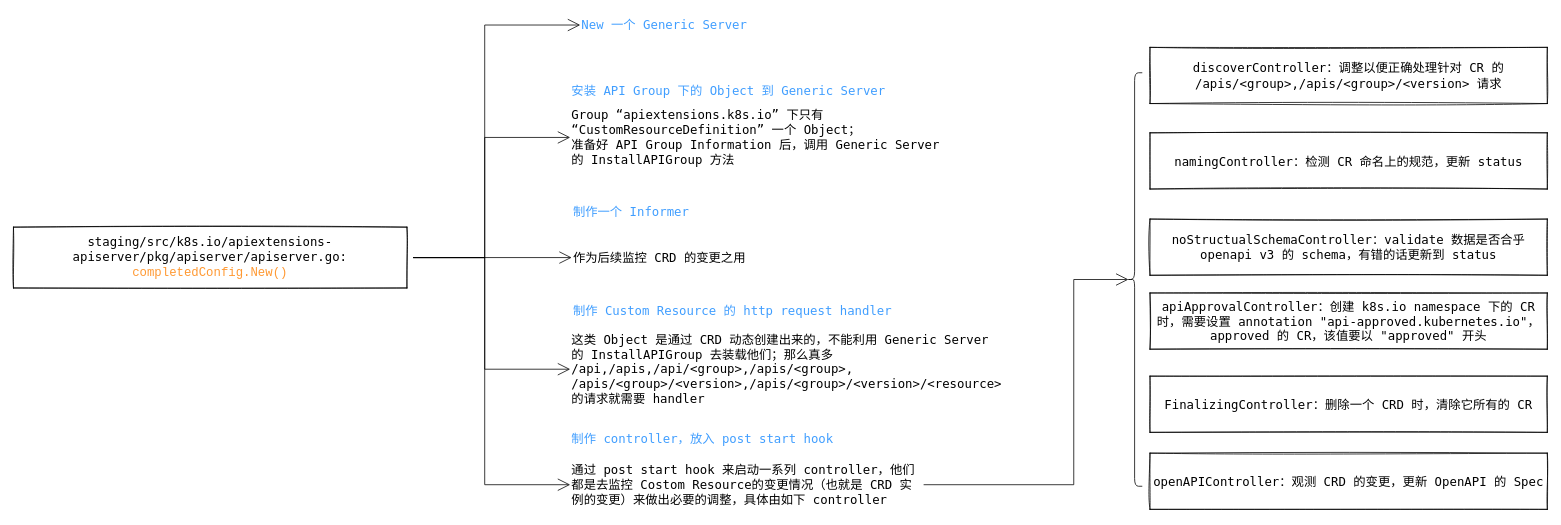
This is k8scl/api-server/extension-server-instance.drawio from K8SCL/assets-repo, a draw.io file, before an edit. Source tidied: cells renumbered, new cells numbered last; positions are measured from the earlier drawing's top-left corner, leaving out a move shared by most shapes. Both pictures are drawn from the tidied source at 77%, with x=0, y=0 at pixel (13, 15).
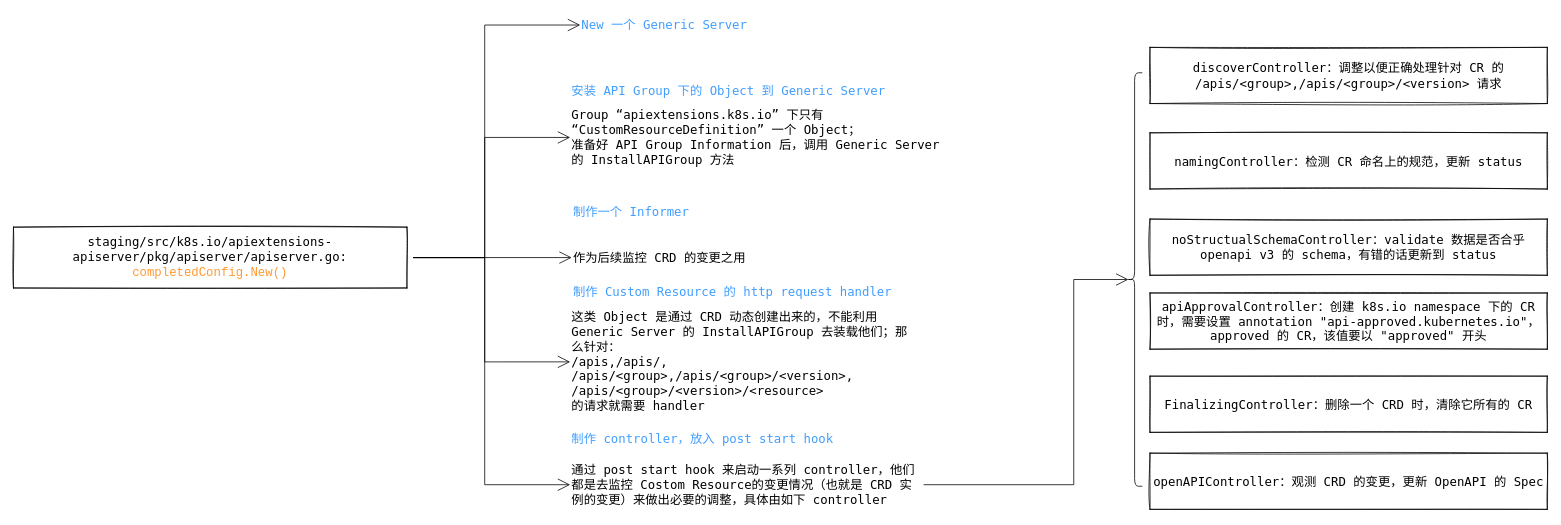
After the change.

Diff of the diagram source:
```diff
@@
     <mxCell id="18" style="group;" parent="1" vertex="1">
-      <mxGeometry x="723" y="371" width="454" height="139" as="geometry" />
+      <mxGeometry x="723" y="345" width="454" height="165" as="geometry" />
     </mxCell>
-    <mxCell id="19" value="这类 Object 是通过 CRD 动态创建出来的，不能利用 Generic Server 的 InstallAPIGroup 去装载他们；那么真多 /api,/apis,/api/&amp;lt;group&amp;gt;,/apis/&amp;lt;group&amp;gt;,&lt;br&gt;/apis/&amp;lt;group&amp;gt;/&amp;lt;version&amp;gt;,/apis/&amp;lt;group&amp;gt;/&amp;lt;version&amp;gt;/&amp;lt;resource&amp;gt; 的请求就需要 handler" style="text;strokeColor=none;fillColor=none;html=1;align=left;verticalAlign=middle;whiteSpace=wrap;rounded=0;sketch=1;hachureGap=4;fontFamily=Lucida Console;fontSize=16;fontColor=#000000;" parent="18" vertex="1">
-      <mxGeometry y="37" width="451" height="102" as="geometry" />
+    <mxCell id="19" value="这类 Object 是通过 CRD 动态创建出来的，不能利用 Generic Server 的 InstallAPIGroup 去装载他们；那么针对：&lt;br&gt;/apis,/apis/,&lt;br&gt;/apis/&amp;lt;group&amp;gt;,/apis/&amp;lt;group&amp;gt;/&amp;lt;version&amp;gt;,&lt;br&gt;/apis/&amp;lt;group&amp;gt;/&amp;lt;version&amp;gt;/&amp;lt;resource&amp;gt; &lt;br&gt;的请求就需要 handler" style="text;strokeColor=none;fillColor=none;html=1;align=left;verticalAlign=middle;whiteSpace=wrap;rounded=0;sketch=1;hachureGap=4;fontFamily=Lucida Console;fontSize=16;fontColor=#000000;" parent="18" vertex="1">
+      <mxGeometry y="43.9" width="451" height="121.1" as="geometry" />
     </mxCell>
     <mxCell id="20" value="制作 Custom Resource 的 http request handler" style="text;strokeColor=none;fillColor=none;html=1;align=left;verticalAlign=middle;whiteSpace=wrap;rounded=0;sketch=0;hachureGap=4;fontFamily=Lucida Console;fontSize=16;fontColor=#409EFF;" parent="18" vertex="1">
-      <mxGeometry x="2" width="452" height="24" as="geometry" />
+      <mxGeometry x="2" width="452" height="28.5" as="geometry" />
     </mxCell>
```
